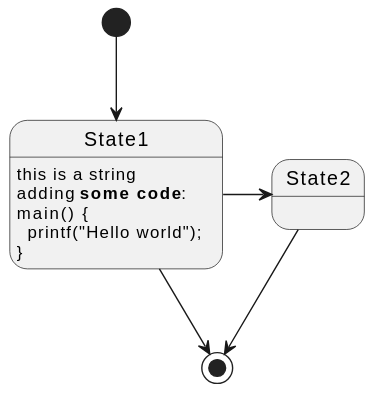
This is tests/reference/state/state_monoline_03.svg from kookyleo/plantuml-little, a PlantUML export, as it was before one commit. Its diagram source:
```plantuml
@startuml
[*] --> State1
State1 --> [*]
State1 : this is a string
State1 : adding **some code**:\nmain() {\n  printf("Hello world");\n}

State1 -> State2
State2 --> [*]
@enduml
```
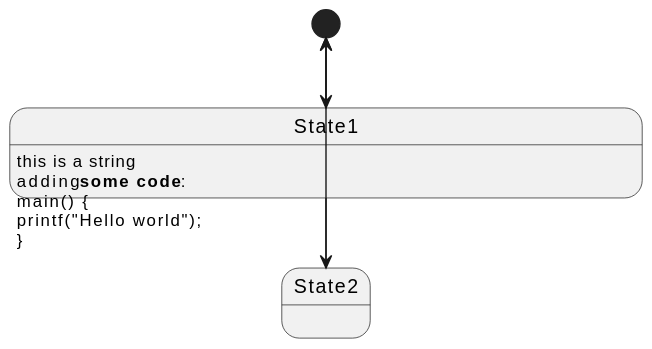
The same diagram one commit later.

Change to the diagram source:
```diff
@@ -2,7 +2,10 @@
 [*] --> State1
 State1 --> [*]
 State1 : this is a string
-State1 : adding **some code**:\nmain() {\n  printf("Hello world");\n}
+State1 : adding **some code**:\n\
+main() {\n\
+  printf("Hello world");\n\
+}
 
 State1 -> State2
 State2 --> [*]
```
